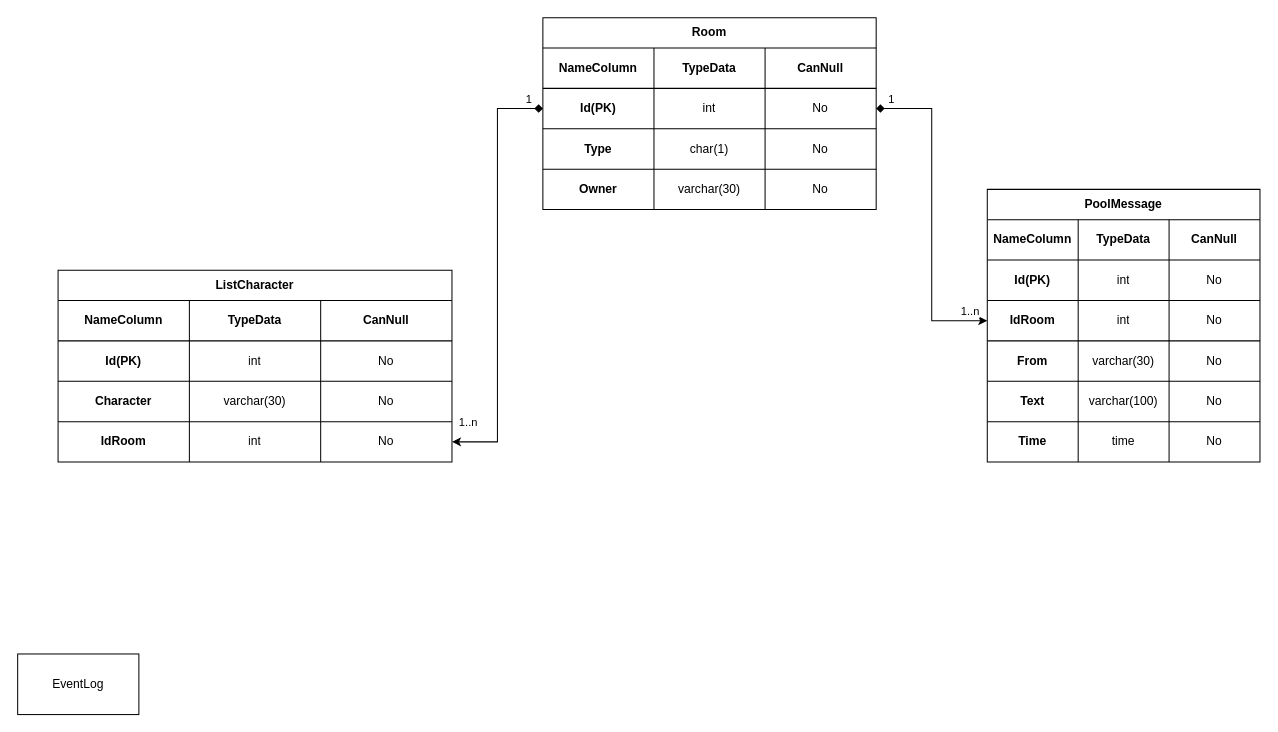
Earlier version of the draw.io diagram HelpData/DBChat.drawio (Falet/ChatApplication). Source tidied: cells renumbered, new cells numbered last; positions are measured from the earlier drawing's top-left corner, leaving out a move shared by most shapes. Both pictures are drawn from the tidied source at 101%, with x=0, y=0 at pixel (17, 17).
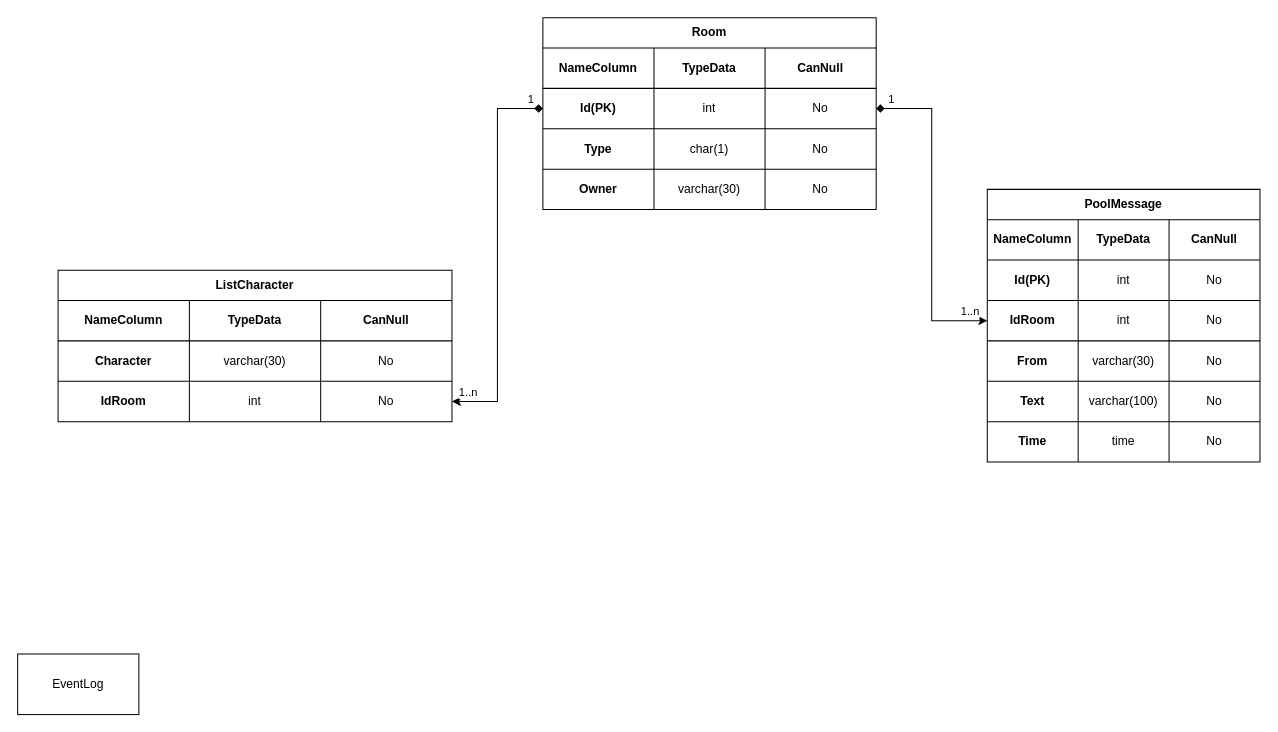
After the change.

What changed in the source:
```diff
@@
     <mxCell id="44" value="ListCharacter" style="shape=table;html=1;whiteSpace=wrap;startSize=30;childLayout=tableLayout;fontStyle=1;align=center;" parent="1" vertex="1">
-      <mxGeometry x="40" y="250" width="390" height="190" as="geometry" />
+      <mxGeometry x="40" y="250" width="390" height="150" as="geometry" />
     </mxCell>
@@
-    <mxCell id="49" style="shape=partialRectangle;html=1;whiteSpace=wrap;fillColor=none;top=0;left=0;bottom=0;right=0;" parent="44" vertex="1">
-      <mxGeometry y="70" width="390" height="40" as="geometry" />
-    </mxCell>
-    <mxCell id="50" value="&lt;b&gt;Id(PK)&lt;/b&gt;" style="shape=partialRectangle;html=1;whiteSpace=wrap;fillColor=none;top=0;left=0;bottom=0;right=0;overflow=hidden;" parent="49" vertex="1">
-      <mxGeometry width="130" height="40" as="geometry" />
-    </mxCell>
-    <mxCell id="51" value="int" style="shape=partialRectangle;html=1;whiteSpace=wrap;fillColor=none;top=0;left=0;bottom=0;right=0;overflow=hidden;" parent="49" vertex="1">
-      <mxGeometry x="130" width="130" height="40" as="geometry" />
-    </mxCell>
-    <mxCell id="52" value="No" style="shape=partialRectangle;html=1;whiteSpace=wrap;fillColor=none;top=0;left=0;bottom=0;right=0;overflow=hidden;" parent="49" vertex="1">
-      <mxGeometry x="260" width="130" height="40" as="geometry" />
-    </mxCell>
     <mxCell id="53" style="shape=partialRectangle;html=1;whiteSpace=wrap;fillColor=none;top=0;left=0;bottom=0;right=0;" parent="44" vertex="1">
-      <mxGeometry y="110" width="390" height="40" as="geometry" />
+      <mxGeometry y="70" width="390" height="40" as="geometry" />
     </mxCell>
@@
     <mxCell id="57" style="shape=partialRectangle;html=1;whiteSpace=wrap;fillColor=none;top=0;left=0;bottom=0;right=0;points=[[0,0.5],[1,0.5]];portConstraint=eastwest;" parent="44" vertex="1">
-      <mxGeometry y="150" width="390" height="40" as="geometry" />
+      <mxGeometry y="110" width="390" height="40" as="geometry" />
     </mxCell>
```
